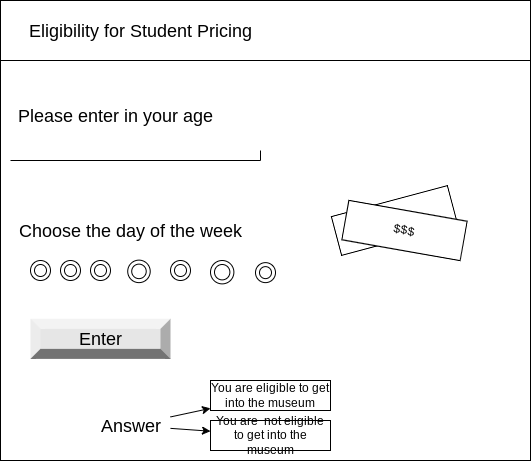
Above: design/storyboard.png in joannesanthosh/ICS20-Unit5-04-HTML (draw.io), before the change. Source tidied: cells renumbered, new cells last; positions are measured from the earlier drawing's top-left corner, leaving out a move shared by most shapes.
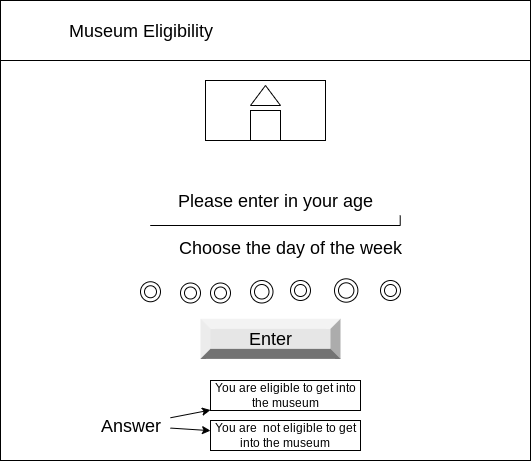
The same diagram one commit later.

Diff of the diagram source:
```diff
@@ -8,20 +8,20 @@
     <mxCell id="3" style="verticalLabelPosition=bottom;verticalAlign=top;html=1;shape=mxgraph.basic.rect;fillColor2=none;strokeWidth=1;size=20;indent=5;" parent="1" vertex="1">
       <mxGeometry width="530" height="60" as="geometry" />
     </mxCell>
-    <mxCell id="4" value="&lt;font style=&quot;font-size: 18px&quot;&gt;Eligibility for Student Pricing&lt;/font&gt;" style="text;html=1;align=center;verticalAlign=middle;fillColor=none;strokeColor=none;rounded=0;" parent="1" vertex="1">
-      <mxGeometry x="20" y="20" width="240" height="20" as="geometry" />
+    <mxCell id="4" value="&lt;font style=&quot;font-size: 18px&quot;&gt;Museum Eligibility&lt;/font&gt;" style="text;html=1;align=center;verticalAlign=middle;fillColor=none;strokeColor=none;rounded=0;" parent="1" vertex="1">
+      <mxGeometry x="60" y="20" width="160" height="20" as="geometry" />
     </mxCell>
     <mxCell id="5" value="Please enter in your age" style="text;html=1;align=center;verticalAlign=middle;fillColor=none;strokeColor=none;rounded=0;fontSize=18;" parent="1" vertex="1">
-      <mxGeometry x="10" y="100" width="210" height="30" as="geometry" />
+      <mxGeometry x="170" y="185" width="210" height="30" as="geometry" />
     </mxCell>
     <mxCell id="6" value="Choose the day of the week" style="text;html=1;align=center;verticalAlign=middle;fillColor=none;strokeColor=none;rounded=0;fontSize=18;" parent="1" vertex="1">
-      <mxGeometry x="10" y="215" width="240" height="30" as="geometry" />
+      <mxGeometry x="170" y="232.1" width="240" height="30" as="geometry" />
     </mxCell>
     <mxCell id="7" style="shape=partialRectangle;whiteSpace=wrap;html=1;top=0;left=0;fillColor=none;fontSize=18;" parent="1" vertex="1">
-      <mxGeometry x="10" y="150" width="250" height="10" as="geometry" />
+      <mxGeometry x="149.7" y="215" width="250" height="10" as="geometry" />
     </mxCell>
     <mxCell id="8" value="Enter" style="labelPosition=center;verticalLabelPosition=middle;align=center;html=1;shape=mxgraph.basic.shaded_button;dx=10;fillColor=#E6E6E6;strokeColor=none;fontSize=18;" parent="1" vertex="1">
-      <mxGeometry x="30" y="318.4" width="140" height="40" as="geometry" />
+      <mxGeometry x="200" y="318.4" width="140" height="40" as="geometry" />
     </mxCell>
     <mxCell id="9" style="edgeStyle=none;html=1;" parent="1" edge="1" source="11" target="19">
       <mxGeometry relative="1" as="geometry" />
@@ -33,37 +33,40 @@
       <mxGeometry x="90" y="410" width="80" height="30" as="geometry" />
     </mxCell>
     <mxCell id="12" style="ellipse;shape=doubleEllipse;whiteSpace=wrap;html=1;" parent="1" vertex="1">
-      <mxGeometry x="30" y="260" width="20" height="20" as="geometry" />
+      <mxGeometry x="140" y="281.2" width="20" height="20" as="geometry" />
     </mxCell>
     <mxCell id="13" style="ellipse;shape=doubleEllipse;whiteSpace=wrap;html=1;" parent="1" vertex="1">
-      <mxGeometry x="60" y="260" width="20" height="20" as="geometry" />
+      <mxGeometry x="180" y="282.5" width="20" height="20" as="geometry" />
     </mxCell>
     <mxCell id="14" style="ellipse;shape=doubleEllipse;whiteSpace=wrap;html=1;" parent="1" vertex="1">
-      <mxGeometry x="90" y="260" width="20" height="20" as="geometry" />
+      <mxGeometry x="210" y="282.5" width="20" height="20" as="geometry" />
     </mxCell>
     <mxCell id="15" style="ellipse;shape=doubleEllipse;whiteSpace=wrap;html=1;rotation=15;" parent="1" vertex="1">
-      <mxGeometry x="127.2" y="259.6" width="22.5" height="22.5" as="geometry" />
+      <mxGeometry x="250" y="280" width="22.5" height="22.5" as="geometry" />
     </mxCell>
     <mxCell id="16" style="ellipse;shape=doubleEllipse;whiteSpace=wrap;html=1;" parent="1" vertex="1">
-      <mxGeometry x="170" y="260" width="20" height="20" as="geometry" />
+      <mxGeometry x="290" y="280" width="20" height="20" as="geometry" />
     </mxCell>
     <mxCell id="17" style="ellipse;shape=doubleEllipse;whiteSpace=wrap;html=1;" parent="1" vertex="1">
-      <mxGeometry x="210" y="260" width="23.4" height="23.4" as="geometry" />
+      <mxGeometry x="334" y="278.3" width="23.4" height="23.4" as="geometry" />
     </mxCell>
     <mxCell id="18" style="ellipse;shape=doubleEllipse;whiteSpace=wrap;html=1;" parent="1" vertex="1">
-      <mxGeometry x="255" y="262.1" width="20" height="20" as="geometry" />
+      <mxGeometry x="380" y="280" width="20" height="20" as="geometry" />
     </mxCell>
     <mxCell id="19" value="You are eligible to get into the museum" style="rounded=0;whiteSpace=wrap;html=1;" parent="1" vertex="1">
-      <mxGeometry x="210" y="380" width="120" height="30" as="geometry" />
+      <mxGeometry x="210" y="380" width="150" height="30" as="geometry" />
     </mxCell>
     <mxCell id="20" value="You are&amp;nbsp; not eligible to get into the museum" style="rounded=0;whiteSpace=wrap;html=1;" parent="1" vertex="1">
-      <mxGeometry x="210" y="420" width="120" height="30" as="geometry" />
+      <mxGeometry x="210" y="420" width="150" height="30" as="geometry" />
     </mxCell>
-    <mxCell id="21" style="rounded=0;whiteSpace=wrap;html=1;rotation=-15;" parent="1" vertex="1">
-      <mxGeometry x="334" y="200" width="120" height="40" as="geometry" />
-    </mxCell>
-    <mxCell id="22" value="$$$" style="rounded=0;whiteSpace=wrap;html=1;rotation=10;" parent="1" vertex="1">
-      <mxGeometry x="344" y="210" width="120" height="40" as="geometry" />
-    </mxCell>
+    <mxCell id="23" style="rounded=0;whiteSpace=wrap;html=1;" parent="1" vertex="1">
+      <mxGeometry x="205" y="80" width="120" height="60" as="geometry" />
+    </mxCell>
+    <mxCell id="24" style="triangle;whiteSpace=wrap;html=1;rotation=-90;" parent="1" vertex="1">
+      <mxGeometry x="255" y="80" width="20" height="30" as="geometry" />
+    </mxCell>
+    <mxCell id="25" style="whiteSpace=wrap;html=1;" parent="1" vertex="1">
+      <mxGeometry x="250" y="110" width="30" height="30" as="geometry" />
+    </mxCell>
   </root>
 </mxGraphModel>
```
